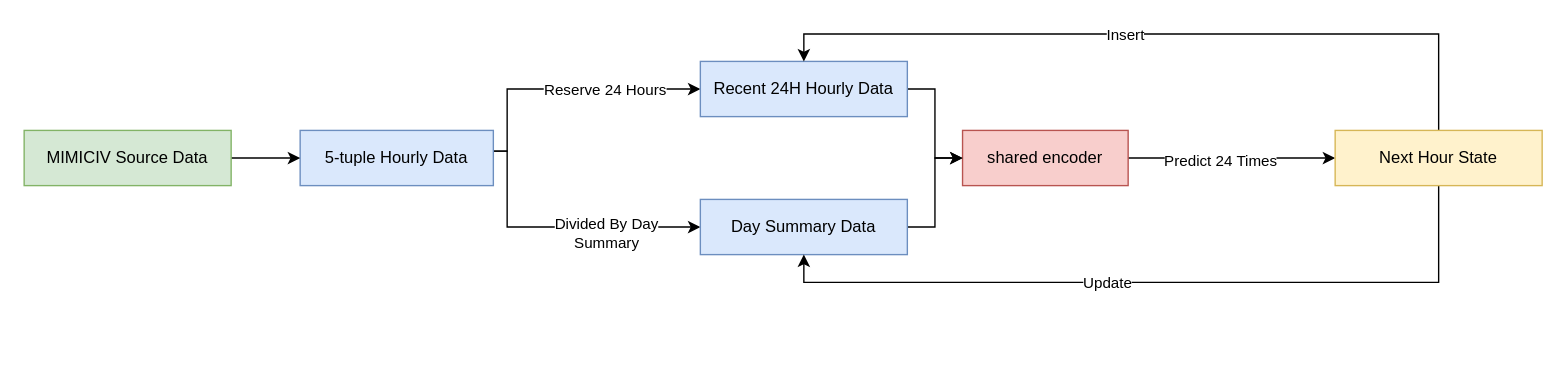
Above: trauma predict/Multi res-v2.drawio in VANILAAAAAAAA/draw-io-workplace (draw.io), before the change. Source tidied: cells renumbered, new cells numbered last; positions are measured from the earlier drawing's top-left corner, leaving out a move shared by most shapes. Both pictures are drawn from the tidied source at 138%, with x=0, y=0 at pixel (23, 33).
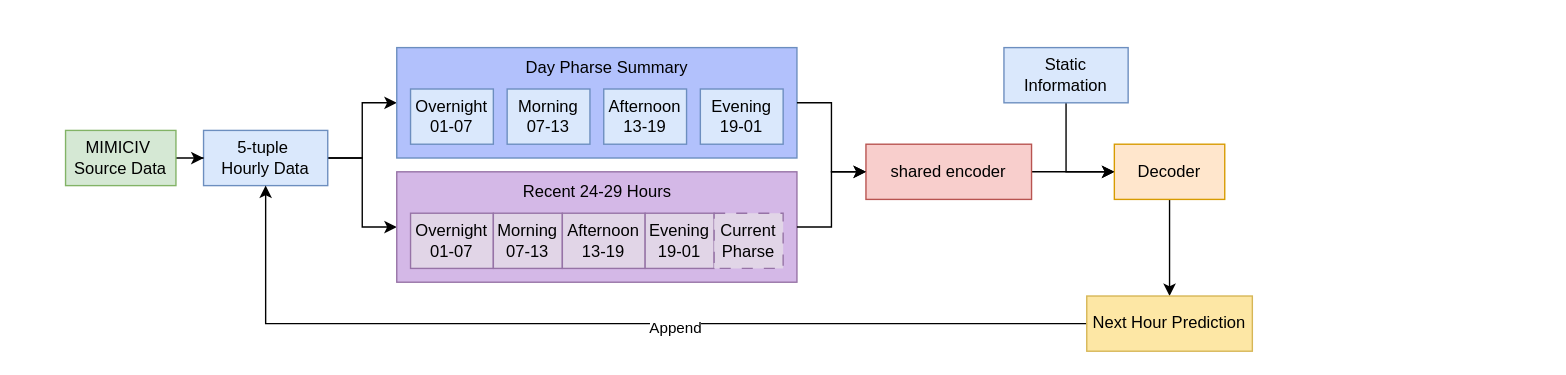
Above is the later version.

Unchanged cells that the change refers to:
```xml
<mxCell id="2" style="edgeStyle=orthogonalEdgeStyle;rounded=0;jettySize=auto;html=1;entryX=0;entryY=0.5;entryDx=0;entryDy=0;" parent="1" edge="1" source="4" target="20">
  <mxGeometry relative="1" as="geometry" />
</mxCell>
```

What changed in the source:
```diff
@@
-    <mxCell id="3" value="Predict 24 Times" style="edgeLabel;html=1;align=center;verticalAlign=middle;" parent="2" vertex="1">
-      <mxGeometry x="-0.12" y="-1" relative="1" as="geometry" />
-    </mxCell>
     <mxCell id="4" value="shared encoder" style="rounded=0;whiteSpace=wrap;html=1;fillColor=#f8cecc;strokeColor=#b85450;" parent="1" vertex="1">
-      <mxGeometry x="680" y="70" width="120" height="40" as="geometry" />
+      <mxGeometry x="610" y="80" width="120" height="40" as="geometry" />
     </mxCell>
     <mxCell id="5" style="edgeStyle=orthogonalEdgeStyle;rounded=0;jettySize=auto;html=1;entryX=0;entryY=0.5;entryDx=0;entryDy=0;" parent="1" edge="1" source="9" target="15">
-      <mxGeometry relative="1" as="geometry">
-        <Array as="points">
-          <mxPoint x="350" y="85" />
-          <mxPoint x="350" y="40" />
-        </Array>
-      </mxGeometry>
+      <mxGeometry relative="1" as="geometry" />
     </mxCell>
-    <mxCell id="6" value="Reserve 24 Hours" style="edgeLabel;html=1;align=center;verticalAlign=middle;" parent="5" vertex="1">
-      <mxGeometry x="0.62" y="-1" relative="1" as="geometry">
-        <mxPoint x="-33" y="-1" as="offset" />
-      </mxGeometry>
-    </mxCell>
     <mxCell id="7" style="edgeStyle=orthogonalEdgeStyle;rounded=0;jettySize=auto;html=1;entryX=0;entryY=0.5;entryDx=0;entryDy=0;" parent="1" edge="1" source="9" target="11">
-      <mxGeometry relative="1" as="geometry">
-        <Array as="points">
-          <mxPoint x="350" y="85" />
-          <mxPoint x="350" y="140" />
-        </Array>
-      </mxGeometry>
+      <mxGeometry relative="1" as="geometry" />
     </mxCell>
-    <mxCell id="8" value="Divided By Day&lt;div&gt;Summary&lt;/div&gt;" style="edgeLabel;html=1;align=center;verticalAlign=middle;" parent="7" vertex="1">
-      <mxGeometry x="0.33" y="-4" relative="1" as="geometry" />
-    </mxCell>
-    <mxCell id="9" value="5-tuple Hourly Data" style="rounded=0;whiteSpace=wrap;html=1;fillColor=#dae8fc;strokeColor=#6c8ebf;" parent="1" vertex="1">
-      <mxGeometry x="200" y="70" width="140" height="40" as="geometry" />
+    <mxCell id="9" value="5-tuple&amp;nbsp;&lt;div&gt;Hourly Data&lt;/div&gt;" style="rounded=0;whiteSpace=wrap;html=1;fillColor=#dae8fc;strokeColor=#6c8ebf;" parent="1" vertex="1">
+      <mxGeometry x="130" y="70" width="90" height="40" as="geometry" />
     </mxCell>
-    <mxCell id="10" style="edgeStyle=orthogonalEdgeStyle;rounded=0;jettySize=auto;html=1;entryX=0;entryY=0.5;entryDx=0;entryDy=0;" parent="1" edge="1" source="11" target="4">
-      <mxGeometry relative="1" as="geometry" />
-    </mxCell>
-    <mxCell id="11" value="Day Summary Data" style="rounded=0;whiteSpace=wrap;html=1;fillColor=#dae8fc;strokeColor=#6c8ebf;" parent="1" vertex="1">
-      <mxGeometry x="490" y="120" width="150" height="40" as="geometry" />
-    </mxCell>
@@
-    <mxCell id="13" value="MIMICIV Source Data" style="rounded=0;whiteSpace=wrap;html=1;fillColor=#d5e8d4;strokeColor=#82b366;" parent="1" vertex="1">
-      <mxGeometry y="70" width="150" height="40" as="geometry" />
+    <mxCell id="13" value="MIMICIV&amp;nbsp;&lt;div&gt;Source Data&lt;/div&gt;" style="rounded=0;whiteSpace=wrap;html=1;fillColor=#d5e8d4;strokeColor=#82b366;" parent="1" vertex="1">
+      <mxGeometry x="30" y="70" width="80" height="40" as="geometry" />
     </mxCell>
+    <mxCell id="21" style="edgeStyle=orthogonalEdgeStyle;rounded=0;jettySize=auto;html=1;entryX=0.5;entryY=0;entryDx=0;entryDy=0;" parent="1" edge="1" source="20" target="39">
+      <mxGeometry relative="1" as="geometry" />
+    </mxCell>
+    <mxCell id="20" value="Decoder" style="rounded=0;whiteSpace=wrap;html=1;fillColor=#ffe6cc;strokeColor=#d79b00;" parent="1" vertex="1">
+      <mxGeometry x="790" y="80" width="80" height="40" as="geometry" />
+    </mxCell>
+    <mxCell id="22" style="group;" parent="1" vertex="1">
+      <mxGeometry x="270" y="10" width="290" height="80" as="geometry" />
+    </mxCell>
+    <mxCell id="15" style="rounded=0;whiteSpace=wrap;html=1;fillColor=#B2C1FC;strokeColor=#6c8ebf;" parent="22" vertex="1">
+      <mxGeometry width="290" height="80" as="geometry" />
+    </mxCell>
+    <mxCell id="23" value="Overnight&lt;div&gt;01-07&lt;/div&gt;" style="rounded=0;whiteSpace=wrap;html=1;fillColor=#dae8fc;strokeColor=#6c8ebf;" parent="22" vertex="1">
+      <mxGeometry x="10" y="30" width="60" height="40" as="geometry" />
+    </mxCell>
+    <mxCell id="24" value="&lt;div&gt;Morning&lt;/div&gt;&lt;div&gt;07-13&lt;/div&gt;" style="rounded=0;whiteSpace=wrap;html=1;fillColor=#dae8fc;strokeColor=#6c8ebf;" parent="22" vertex="1">
+      <mxGeometry x="80" y="30" width="60" height="40" as="geometry" />
+    </mxCell>
+    <mxCell id="25" value="&lt;div&gt;Afternoon&lt;/div&gt;&lt;div&gt;13-19&lt;/div&gt;" style="rounded=0;whiteSpace=wrap;html=1;fillColor=#dae8fc;strokeColor=#6c8ebf;" parent="22" vertex="1">
+      <mxGeometry x="150" y="30" width="60" height="40" as="geometry" />
+    </mxCell>
+    <mxCell id="26" value="&lt;div&gt;Evening&lt;/div&gt;&lt;div&gt;19-01&lt;/div&gt;" style="rounded=0;whiteSpace=wrap;html=1;fillColor=#dae8fc;strokeColor=#6c8ebf;" parent="22" vertex="1">
+      <mxGeometry x="220" y="30" width="60" height="40" as="geometry" />
+    </mxCell>
+    <mxCell id="27" value="Day Pharse Summary" style="text;html=1;whiteSpace=wrap;strokeColor=none;fillColor=none;align=center;verticalAlign=middle;rounded=0;" parent="22" vertex="1">
+      <mxGeometry x="85" width="135" height="30" as="geometry" />
+    </mxCell>
+    <mxCell id="28" style="group;" parent="1" vertex="1">
+      <mxGeometry x="270" y="100" width="290" height="80" as="geometry" />
+    </mxCell>
+    <mxCell id="11" style="rounded=0;whiteSpace=wrap;html=1;fillColor=#D4B8E7;strokeColor=#9673a6;" parent="28" vertex="1">
+      <mxGeometry width="290" height="80" as="geometry" />
+    </mxCell>
+    <mxCell id="29" value="Overnight&lt;div&gt;01-07&lt;/div&gt;" style="rounded=0;whiteSpace=wrap;html=1;fillColor=#e1d5e7;strokeColor=#9673a6;" parent="28" vertex="1">
+      <mxGeometry x="10" y="30" width="60" height="40" as="geometry" />
+    </mxCell>
+    <mxCell id="30" value="&lt;div&gt;Morning&lt;/div&gt;&lt;div&gt;07-13&lt;/div&gt;" style="rounded=0;whiteSpace=wrap;html=1;fillColor=#e1d5e7;strokeColor=#9673a6;" parent="28" vertex="1">
+      <mxGeometry x="70" y="30" width="50" height="40" as="geometry" />
+    </mxCell>
+    <mxCell id="31" value="&lt;div&gt;Afternoon&lt;/div&gt;&lt;div&gt;13-19&lt;/div&gt;" style="rounded=0;whiteSpace=wrap;html=1;fillColor=#e1d5e7;strokeColor=#9673a6;" parent="28" vertex="1">
+      <mxGeometry x="120" y="30" width="60" height="40" as="geometry" />
+    </mxCell>
+    <mxCell id="32" value="&lt;div&gt;Evening&lt;/div&gt;&lt;div&gt;19-01&lt;/div&gt;" style="rounded=0;whiteSpace=wrap;html=1;fillColor=#e1d5e7;strokeColor=#9673a6;" parent="28" vertex="1">
+      <mxGeometry x="180" y="30" width="50" height="40" as="geometry" />
+    </mxCell>
+    <mxCell id="33" value="&lt;div&gt;Current&lt;/div&gt;&lt;div&gt;Pharse&lt;/div&gt;" style="rounded=0;whiteSpace=wrap;html=1;fillColor=#e1d5e7;strokeColor=#9673a6;dashed=1;dashPattern=8 8;" parent="28" vertex="1">
+      <mxGeometry x="230" y="30" width="50" height="40" as="geometry" />
+    </mxCell>
+    <mxCell id="34" value="Recent 24-29 Hours" style="text;html=1;whiteSpace=wrap;strokeColor=none;fillColor=none;align=center;verticalAlign=middle;rounded=0;" parent="28" vertex="1">
+      <mxGeometry x="77.5" width="135" height="30" as="geometry" />
+    </mxCell>
-    <mxCell id="14" style="edgeStyle=orthogonalEdgeStyle;rounded=0;jettySize=auto;html=1;entryX=0;entryY=0.5;entryDx=0;entryDy=0;" parent="1" edge="1" source="15" target="4">
+    <mxCell id="14" style="edgeStyle=orthogonalEdgeStyle;rounded=0;jettySize=auto;html=1;" parent="1" edge="1" source="15" target="4">
       <mxGeometry relative="1" as="geometry" />
     </mxCell>
-    <mxCell id="15" value="Recent 24H Hourly Data" style="rounded=0;whiteSpace=wrap;html=1;fillColor=#dae8fc;strokeColor=#6c8ebf;" parent="1" vertex="1">
-      <mxGeometry x="490" y="20" width="150" height="40" as="geometry" />
-    </mxCell>
-    <mxCell id="16" style="edgeStyle=orthogonalEdgeStyle;rounded=0;jettySize=auto;html=1;entryX=0.5;entryY=0;entryDx=0;entryDy=0;" parent="1" edge="1" source="20" target="15">
-      <mxGeometry relative="1" as="geometry">
-        <Array as="points">
-          <mxPoint x="1025" y="0.1" />
-          <mxPoint x="565" y="0.1" />
-        </Array>
-      </mxGeometry>
-    </mxCell>
-    <mxCell id="17" value="Insert" style="edgeLabel;html=1;align=center;verticalAlign=middle;" parent="16" vertex="1">
-      <mxGeometry x="0.08" relative="1" as="geometry" />
-    </mxCell>
-    <mxCell id="18" style="edgeStyle=orthogonalEdgeStyle;rounded=0;jettySize=auto;html=1;entryX=0.5;entryY=1;entryDx=0;entryDy=0;" parent="1" edge="1" source="20" target="11">
-      <mxGeometry relative="1" as="geometry">
-        <Array as="points">
-          <mxPoint x="1025" y="180.1" />
-          <mxPoint x="565" y="180.1" />
-        </Array>
-      </mxGeometry>
-    </mxCell>
-    <mxCell id="19" value="Update" style="edgeLabel;html=1;align=center;verticalAlign=middle;" parent="18" vertex="1">
-      <mxGeometry x="0.13" relative="1" as="geometry" />
-    </mxCell>
-    <mxCell id="20" value="Next Hour State" style="rounded=0;whiteSpace=wrap;html=1;fillColor=#fff2cc;strokeColor=#d6b656;" parent="1" vertex="1">
-      <mxGeometry x="950" y="70" width="150" height="40" as="geometry" />
-    </mxCell>
+    <mxCell id="10" style="edgeStyle=orthogonalEdgeStyle;rounded=0;jettySize=auto;html=1;" parent="1" edge="1" source="11" target="4">
+      <mxGeometry relative="1" as="geometry" />
+    </mxCell>
+    <mxCell id="35" style="edgeStyle=orthogonalEdgeStyle;rounded=0;jettySize=auto;html=1;entryX=0;entryY=0.5;entryDx=0;entryDy=0;" parent="1" edge="1" source="36" target="20">
+      <mxGeometry relative="1" as="geometry" />
+    </mxCell>
+    <mxCell id="36" value="Static Information" style="rounded=0;whiteSpace=wrap;html=1;fillColor=#dae8fc;strokeColor=#6c8ebf;" parent="1" vertex="1">
+      <mxGeometry x="710" y="10" width="90" height="40" as="geometry" />
+    </mxCell>
+    <mxCell id="37" style="edgeStyle=orthogonalEdgeStyle;rounded=0;jettySize=auto;html=1;entryX=0.5;entryY=1;entryDx=0;entryDy=0;" parent="1" edge="1" source="39" target="9">
+      <mxGeometry relative="1" as="geometry" />
+    </mxCell>
+    <mxCell id="38" value="Append" style="edgeLabel;html=1;align=center;verticalAlign=middle;" parent="37" vertex="1">
+      <mxGeometry x="-0.14" y="2" relative="1" as="geometry" />
+    </mxCell>
+    <mxCell id="39" value="Next Hour Prediction" style="rounded=0;whiteSpace=wrap;html=1;fillColor=light-dark(#fde7a5, #281d00);strokeColor=#d6b656;" parent="1" vertex="1">
+      <mxGeometry x="770" y="190" width="120" height="40" as="geometry" />
+    </mxCell>
```
